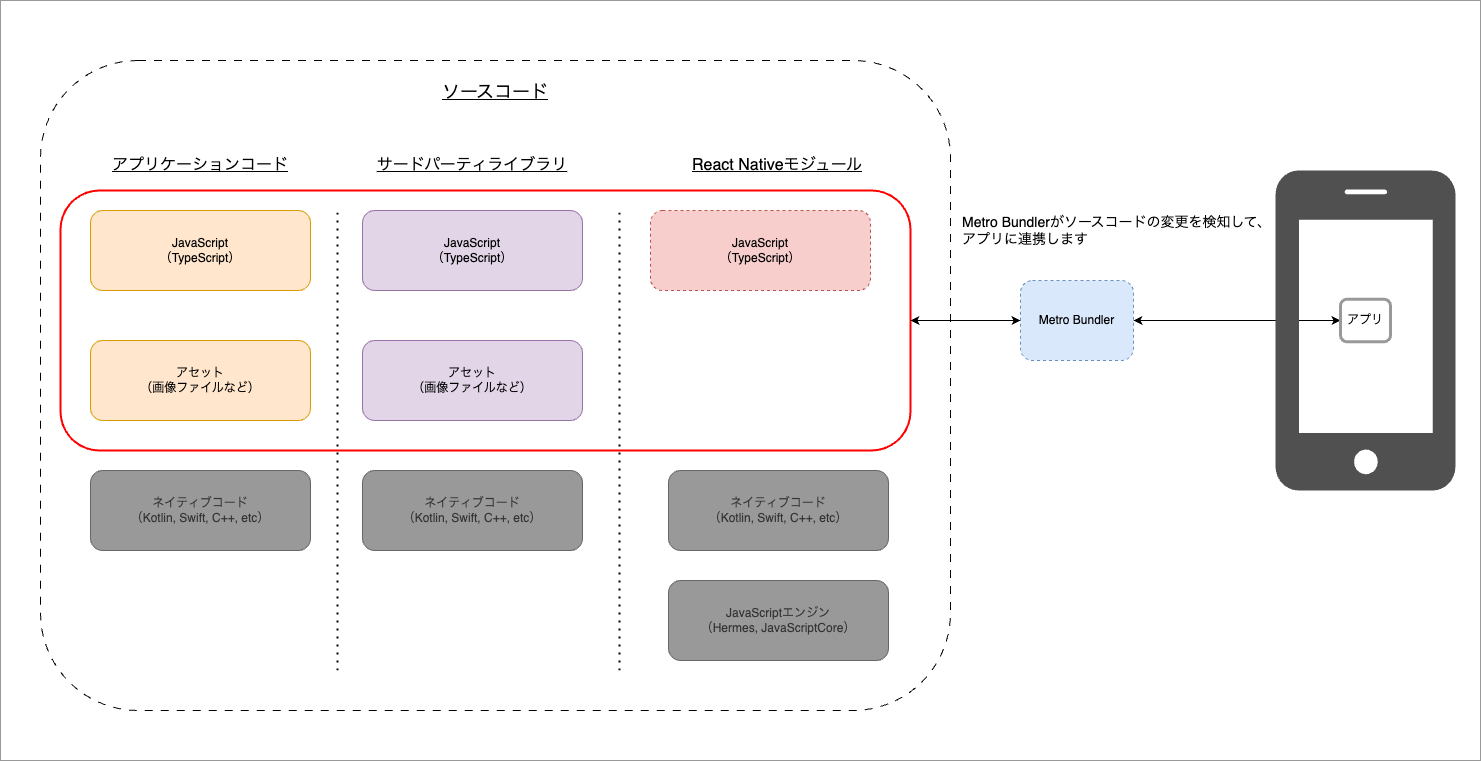
Earlier version of the draw.io export website/docs/react-native/learn/basic-concepts/app-development-metro-bundler.drawio.png (ws-4020/mobile-app-crib-notes). Source tidied: cells renumbered, new cells last; positions are measured from the earlier drawing's top-left corner, leaving out a move shared by most shapes.
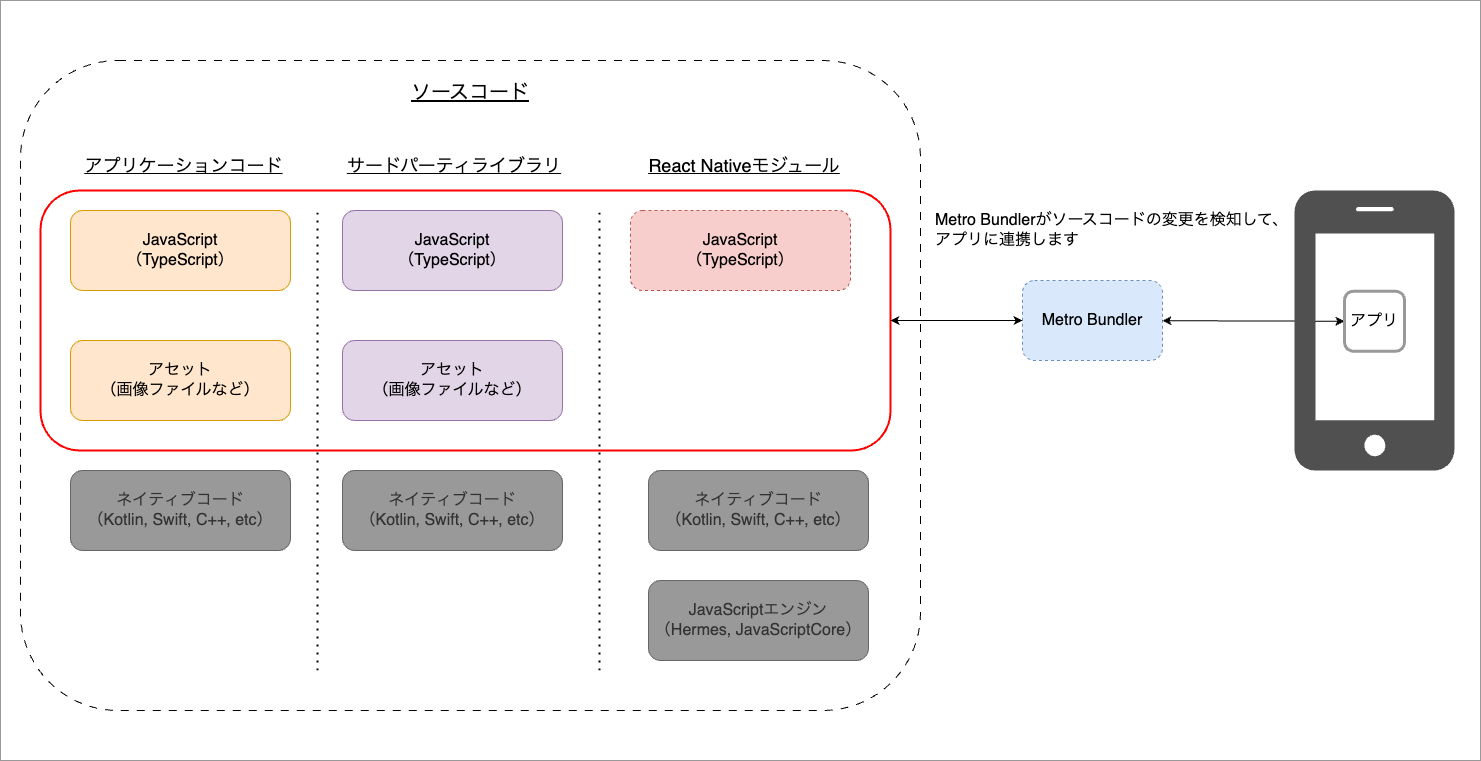
After the commit.

What changed in the source:
```diff
@@ -3,37 +3,37 @@
     <mxCell id="0" />
     <mxCell id="1" parent="0" />
     <mxCell id="2" style="rounded=0;whiteSpace=wrap;html=1;fillColor=none;align=center;verticalAlign=top;spacingLeft=0;spacingBottom=0;spacingTop=14;fontSize=18;fontStyle=4;strokeColor=#999999;" parent="1" vertex="1">
-      <mxGeometry width="1480" height="760" as="geometry" />
+      <mxGeometry x="20" width="1480" height="760" as="geometry" />
     </mxCell>
-    <mxCell id="3" value="ソースコード" style="rounded=1;whiteSpace=wrap;html=1;fillColor=none;dashed=1;dashPattern=8 8;align=center;verticalAlign=top;spacingLeft=0;spacingBottom=0;spacingTop=14;fontSize=18;fontStyle=4;" parent="1" vertex="1">
-      <mxGeometry x="40" y="60" width="910" height="650" as="geometry" />
+    <mxCell id="3" value="ソースコード" style="rounded=1;whiteSpace=wrap;html=1;fillColor=none;dashed=1;dashPattern=8 8;align=center;verticalAlign=top;spacingLeft=0;spacingBottom=0;spacingTop=14;fontSize=20;fontStyle=4;" parent="1" vertex="1">
+      <mxGeometry x="40" y="60" width="900" height="650" as="geometry" />
     </mxCell>
     <mxCell id="4" style="rounded=1;whiteSpace=wrap;html=1;fillColor=none;align=center;verticalAlign=top;spacingLeft=0;spacingBottom=0;spacingTop=14;fontSize=18;fontStyle=4;strokeColor=#FF0000;strokeWidth=2;" parent="1" vertex="1">
       <mxGeometry x="60" y="190" width="850" height="260" as="geometry" />
     </mxCell>
-    <mxCell id="5" value="JavaScript&lt;br style=&quot;font-size: 12px;&quot;&gt;（TypeScript）" style="rounded=1;whiteSpace=wrap;html=1;fontSize=12;align=center;verticalAlign=middle;fillColor=#ffe6cc;strokeColor=#d79b00;" parent="1" vertex="1">
+    <mxCell id="5" value="JavaScript&lt;br style=&quot;font-size: 16px;&quot;&gt;（TypeScript）" style="rounded=1;whiteSpace=wrap;html=1;fontSize=16;align=center;verticalAlign=middle;fillColor=#ffe6cc;strokeColor=#d79b00;" parent="1" vertex="1">
       <mxGeometry x="90" y="210" width="220" height="80" as="geometry" />
     </mxCell>
-    <mxCell id="6" value="アセット&lt;br style=&quot;font-size: 12px;&quot;&gt;（画像ファイルなど）" style="rounded=1;whiteSpace=wrap;html=1;fontSize=12;align=center;verticalAlign=middle;fillColor=#ffe6cc;strokeColor=#d79b00;" parent="1" vertex="1">
+    <mxCell id="6" value="アセット&lt;br style=&quot;font-size: 16px;&quot;&gt;（画像ファイルなど）" style="rounded=1;whiteSpace=wrap;html=1;fontSize=16;align=center;verticalAlign=middle;fillColor=#ffe6cc;strokeColor=#d79b00;" parent="1" vertex="1">
       <mxGeometry x="90" y="340" width="220" height="80" as="geometry" />
     </mxCell>
-    <mxCell id="7" value="Metro Bundler" style="rounded=1;whiteSpace=wrap;html=1;fontSize=12;align=center;verticalAlign=middle;fillColor=#dae8fc;strokeColor=#6c8ebf;dashed=1;" parent="1" vertex="1">
-      <mxGeometry x="1020" y="280" width="113" height="80" as="geometry" />
+    <mxCell id="7" value="Metro Bundler" style="rounded=1;whiteSpace=wrap;html=1;fontSize=16;align=center;verticalAlign=middle;fillColor=#dae8fc;strokeColor=#6c8ebf;dashed=1;" parent="1" vertex="1">
+      <mxGeometry x="1042" y="280" width="140" height="80" as="geometry" />
     </mxCell>
-    <mxCell id="8" value="JavaScript&lt;br style=&quot;font-size: 12px;&quot;&gt;（TypeScript）" style="rounded=1;whiteSpace=wrap;html=1;fontSize=12;align=center;verticalAlign=middle;fillColor=#e1d5e7;strokeColor=#9673a6;" parent="1" vertex="1">
+    <mxCell id="8" value="JavaScript&lt;br style=&quot;font-size: 16px;&quot;&gt;（TypeScript）" style="rounded=1;whiteSpace=wrap;html=1;fontSize=16;align=center;verticalAlign=middle;fillColor=#e1d5e7;strokeColor=#9673a6;" parent="1" vertex="1">
       <mxGeometry x="362" y="210" width="220" height="80" as="geometry" />
     </mxCell>
-    <mxCell id="9" value="JavaScript&lt;br style=&quot;font-size: 12px;&quot;&gt;（TypeScript）" style="rounded=1;whiteSpace=wrap;html=1;fontSize=12;align=center;verticalAlign=middle;fillColor=#f8cecc;strokeColor=#b85450;dashed=1;" parent="1" vertex="1">
+    <mxCell id="9" value="JavaScript&lt;br style=&quot;font-size: 16px;&quot;&gt;（TypeScript）" style="rounded=1;whiteSpace=wrap;html=1;fontSize=16;align=center;verticalAlign=middle;fillColor=#f8cecc;strokeColor=#b85450;dashed=1;" parent="1" vertex="1">
       <mxGeometry x="650" y="210" width="220" height="80" as="geometry" />
     </mxCell>
-    <mxCell id="10" value="アプリケーションコード" style="text;html=1;strokeColor=none;fillColor=none;align=center;verticalAlign=middle;whiteSpace=wrap;rounded=0;fontSize=16;fontStyle=4;" parent="1" vertex="1">
-      <mxGeometry x="105" y="150" width="190" height="30" as="geometry" />
+    <mxCell id="10" value="アプリケーションコード" style="text;html=1;strokeColor=none;fillColor=none;align=center;verticalAlign=middle;whiteSpace=wrap;rounded=0;fontSize=18;fontStyle=4;" parent="1" vertex="1">
+      <mxGeometry x="101" y="150" width="205" height="30" as="geometry" />
     </mxCell>
-    <mxCell id="11" value="サードパーティライブラリ" style="text;html=1;strokeColor=none;fillColor=none;align=center;verticalAlign=middle;whiteSpace=wrap;rounded=0;fontSize=16;fontStyle=4;" parent="1" vertex="1">
-      <mxGeometry x="372" y="150" width="200" height="30" as="geometry" />
+    <mxCell id="11" value="サードパーティライブラリ" style="text;html=1;strokeColor=none;fillColor=none;align=center;verticalAlign=middle;whiteSpace=wrap;rounded=0;fontSize=18;fontStyle=4;" parent="1" vertex="1">
+      <mxGeometry x="365" y="150" width="218" height="30" as="geometry" />
     </mxCell>
-    <mxCell id="12" value="React Nativeモジュール" style="text;html=1;strokeColor=none;fillColor=none;align=center;verticalAlign=middle;whiteSpace=wrap;rounded=0;fontSize=16;fontStyle=4;" parent="1" vertex="1">
-      <mxGeometry x="677" y="150" width="200" height="30" as="geometry" />
+    <mxCell id="12" value="React Nativeモジュール" style="text;html=1;strokeColor=none;fillColor=none;align=center;verticalAlign=middle;whiteSpace=wrap;rounded=0;fontSize=18;fontStyle=4;" parent="1" vertex="1">
+      <mxGeometry x="664" y="150" width="200" height="30" as="geometry" />
     </mxCell>
     <mxCell id="13" style="endArrow=none;dashed=1;html=1;dashPattern=1 3;strokeWidth=2;rounded=0;" parent="1" edge="1">
       <mxGeometry relative="1" as="geometry">
@@ -41,11 +41,11 @@
         <mxPoint x="337" y="210" as="targetPoint" />
       </mxGeometry>
     </mxCell>
-    <mxCell id="14" value="アセット&lt;br style=&quot;font-size: 12px;&quot;&gt;（画像ファイルなど）" style="rounded=1;whiteSpace=wrap;html=1;fontSize=12;align=center;verticalAlign=middle;fillColor=#e1d5e7;strokeColor=#9673a6;" parent="1" vertex="1">
+    <mxCell id="14" value="アセット&lt;br style=&quot;font-size: 16px;&quot;&gt;（画像ファイルなど）" style="rounded=1;whiteSpace=wrap;html=1;fontSize=16;align=center;verticalAlign=middle;fillColor=#e1d5e7;strokeColor=#9673a6;" parent="1" vertex="1">
       <mxGeometry x="362" y="340" width="220" height="80" as="geometry" />
     </mxCell>
-    <mxCell id="15" value="Metro Bundlerがソースコードの変更を検知して、&lt;br&gt;アプリに連携します" style="text;html=1;strokeColor=none;fillColor=none;align=left;verticalAlign=middle;whiteSpace=wrap;rounded=0;fontSize=14;" parent="1" vertex="1">
-      <mxGeometry x="960" y="210" width="320" height="40" as="geometry" />
+    <mxCell id="15" value="Metro Bundlerがソースコードの変更を検知して、アプリに連携します" style="text;html=1;strokeColor=none;fillColor=none;align=left;verticalAlign=middle;whiteSpace=wrap;rounded=0;fontSize=16;" parent="1" vertex="1">
+      <mxGeometry x="953" y="210" width="370" height="40" as="geometry" />
     </mxCell>
     <mxCell id="16" style="endArrow=classic;startArrow=classic;html=1;rounded=0;exitX=1;exitY=0.5;exitDx=0;exitDy=0;entryX=0;entryY=0.5;entryDx=0;entryDy=0;" parent="1" edge="1" source="4" target="7">
       <mxGeometry relative="1" as="geometry" />
@@ -53,23 +53,23 @@
     <mxCell id="17" style="endArrow=classic;startArrow=classic;html=1;rounded=0;entryX=0;entryY=0.5;entryDx=0;entryDy=0;" parent="1" edge="1" source="7" target="23">
       <mxGeometry relative="1" as="geometry" />
     </mxCell>
-    <mxCell id="18" value="ネイティブコード&lt;br style=&quot;font-size: 12px;&quot;&gt;（Kotlin, Swift, C++, etc）" style="rounded=1;whiteSpace=wrap;html=1;fontSize=12;align=center;verticalAlign=middle;fillColor=#999999;strokeColor=#666666;fontColor=#333333;" parent="1" vertex="1">
+    <mxCell id="18" value="ネイティブコード&lt;br style=&quot;font-size: 16px;&quot;&gt;（Kotlin, Swift, C++, etc）" style="rounded=1;whiteSpace=wrap;html=1;fontSize=16;align=center;verticalAlign=middle;fillColor=#999999;strokeColor=#666666;fontColor=#333333;" parent="1" vertex="1">
       <mxGeometry x="668" y="470" width="220" height="80" as="geometry" />
     </mxCell>
-    <mxCell id="19" value="ネイティブコード&lt;br style=&quot;font-size: 12px;&quot;&gt;（Kotlin, Swift, C++, etc）" style="rounded=1;whiteSpace=wrap;html=1;fontSize=12;align=center;verticalAlign=middle;fillColor=#999999;strokeColor=#666666;fontColor=#333333;" parent="1" vertex="1">
+    <mxCell id="19" value="ネイティブコード&lt;br style=&quot;font-size: 16px;&quot;&gt;（Kotlin, Swift, C++, etc）" style="rounded=1;whiteSpace=wrap;html=1;fontSize=16;align=center;verticalAlign=middle;fillColor=#999999;strokeColor=#666666;fontColor=#333333;" parent="1" vertex="1">
       <mxGeometry x="90" y="470" width="220" height="80" as="geometry" />
     </mxCell>
-    <mxCell id="20" value="ネイティブコード&lt;br style=&quot;font-size: 12px;&quot;&gt;（Kotlin, Swift, C++, etc）" style="rounded=1;whiteSpace=wrap;html=1;fontSize=12;align=center;verticalAlign=middle;fillColor=#999999;strokeColor=#666666;fontColor=#333333;" parent="1" vertex="1">
+    <mxCell id="20" value="ネイティブコード&lt;br style=&quot;font-size: 16px;&quot;&gt;（Kotlin, Swift, C++, etc）" style="rounded=1;whiteSpace=wrap;html=1;fontSize=16;align=center;verticalAlign=middle;fillColor=#999999;strokeColor=#666666;fontColor=#333333;" parent="1" vertex="1">
       <mxGeometry x="362" y="470" width="220" height="80" as="geometry" />
     </mxCell>
-    <mxCell id="21" value="JavaScriptエンジン&lt;br style=&quot;font-size: 12px;&quot;&gt;（Hermes, JavaScriptCore）" style="rounded=1;whiteSpace=wrap;html=1;fontSize=12;align=center;verticalAlign=middle;fillColor=#999999;strokeColor=#666666;fontColor=#333333;" parent="1" vertex="1">
+    <mxCell id="21" value="JavaScriptエンジン&lt;br style=&quot;font-size: 16px;&quot;&gt;（Hermes, JavaScriptCore）" style="rounded=1;whiteSpace=wrap;html=1;fontSize=16;align=center;verticalAlign=middle;fillColor=#999999;strokeColor=#666666;fontColor=#333333;" parent="1" vertex="1">
       <mxGeometry x="668" y="580" width="220" height="80" as="geometry" />
     </mxCell>
     <mxCell id="22" style="shadow=0;dashed=0;html=1;strokeColor=none;fillColor=#505050;labelPosition=center;verticalLabelPosition=bottom;verticalAlign=top;align=center;shape=mxgraph.office.devices.cell_phone_iphone_proportional;" parent="1" vertex="1">
-      <mxGeometry x="1275" y="170" width="180" height="320" as="geometry" />
+      <mxGeometry x="1314" y="190" width="160" height="280" as="geometry" />
     </mxCell>
-    <mxCell id="23" value="アプリ" style="rounded=1;whiteSpace=wrap;html=1;strokeWidth=3;strokeColor=#999999;" parent="1" vertex="1">
-      <mxGeometry x="1340" y="298.8" width="50" height="42.5" as="geometry" />
+    <mxCell id="23" value="アプリ" style="rounded=1;whiteSpace=wrap;html=1;strokeWidth=3;strokeColor=#999999;fontSize=16;" parent="1" vertex="1">
+      <mxGeometry x="1364" y="290.8" width="60" height="60" as="geometry" />
     </mxCell>
     <mxCell id="24" style="endArrow=none;dashed=1;html=1;dashPattern=1 3;strokeWidth=2;rounded=0;" parent="1" edge="1">
       <mxGeometry relative="1" as="geometry">
```
